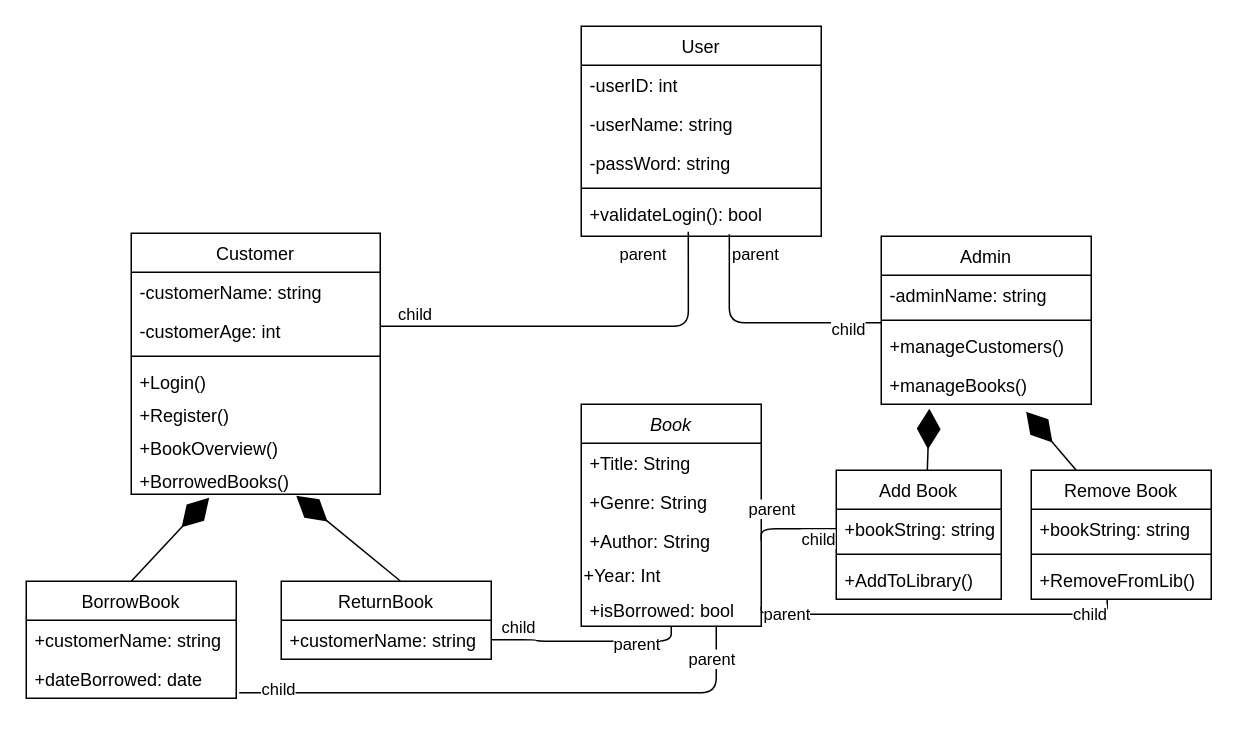
This is Untitled Diagram.drawio from Mim1c/The-Repository, a draw.io file, before an edit. Source tidied: cells renumbered, new cells numbered last; positions are measured from the earlier drawing's top-left corner, leaving out a move shared by most shapes. Both pictures are drawn from the tidied source at 150%, with x=0, y=0 at pixel (26, 26).
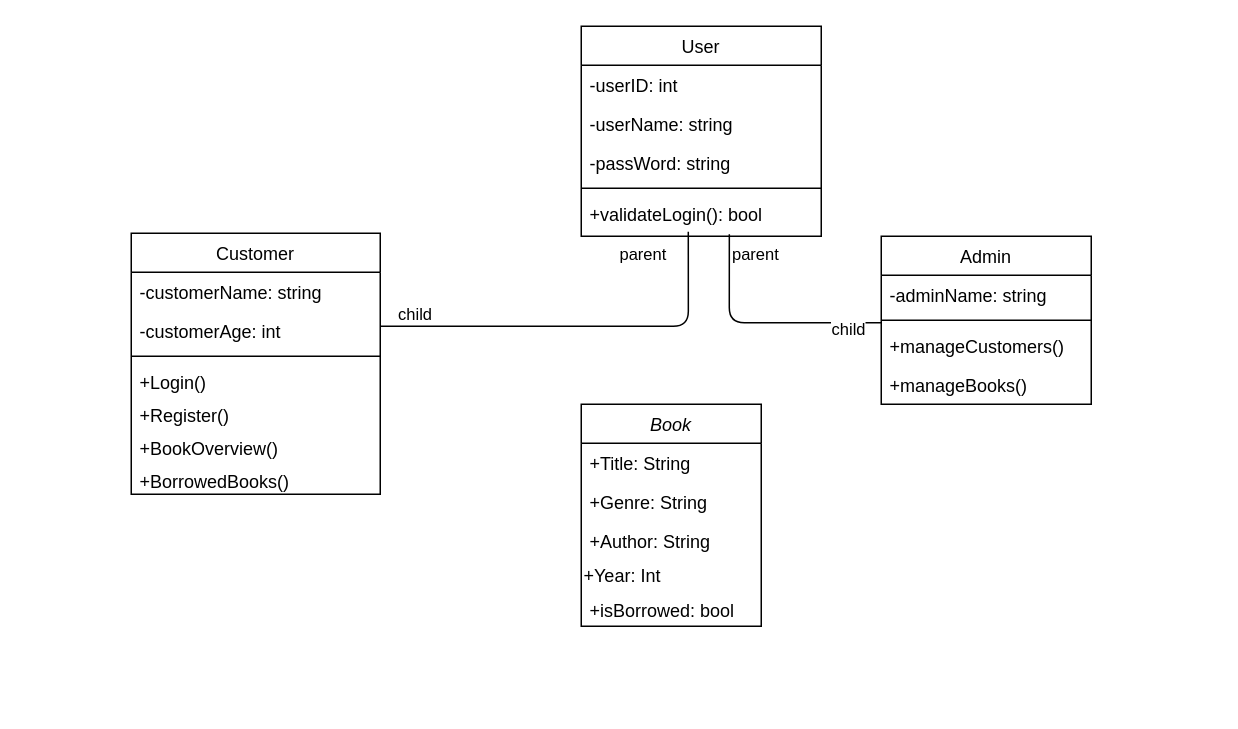
The same page after the edit.

Unchanged cells that the change refers to:
```xml
<mxCell id="2" value="Book" style="swimlane;fontStyle=2;align=center;verticalAlign=top;horizontal=1;startSize=26;rounded=0;shadow=0;strokeWidth=1;" parent="1" vertex="1">
  <mxGeometry x="370" y="252" width="120" height="148" as="geometry" />
</mxCell>
<mxCell id="5" value="+Author: String" style="text;align=left;verticalAlign=top;spacingLeft=4;spacingRight=4;overflow=hidden;points=[[0,0.5],[1,0.5]];portConstraint=eastwest;rounded=0;shadow=0;html=0;" parent="2" vertex="1">
  <mxGeometry y="78" width="120" height="26" as="geometry" />
</mxCell>
<mxCell id="7" value="+isBorrowed: bool" style="text;strokeColor=none;fillColor=none;align=left;verticalAlign=top;spacingLeft=4;spacingRight=4;overflow=hidden;points=[[0,0.5],[1,0.5]];portConstraint=eastwest;" parent="2" vertex="1">
  <mxGeometry y="124" width="120" height="22" as="geometry" />
</mxCell>
<mxCell id="21" value="+BorrowedBooks()" style="text;strokeColor=none;fillColor=none;align=left;verticalAlign=top;spacingLeft=4;spacingRight=4;overflow=hidden;points=[[0,0.5],[1,0.5]];portConstraint=eastwest;" parent="14" vertex="1">
  <mxGeometry y="152" width="166" height="22" as="geometry" />
</mxCell>
<mxCell id="29" value="+manageBooks()" style="text;strokeColor=none;fillColor=none;align=left;verticalAlign=top;spacingLeft=4;spacingRight=4;overflow=hidden;points=[[0,0.5],[1,0.5]];portConstraint=eastwest;" parent="25" vertex="1">
  <mxGeometry y="86" width="140" height="26" as="geometry" />
</mxCell>
```

The edit, as a diff of the source:
```diff
@@
-    <mxCell id="33" value="BorrowBook" style="swimlane;fontStyle=0;horizontal=1;startSize=26;fillColor=none;align=center;html=0;" parent="1" vertex="1">
-      <mxGeometry y="370" width="140" height="78" as="geometry" />
-    </mxCell>
-    <mxCell id="34" value="+customerName: string" style="text;strokeColor=none;fillColor=none;align=left;verticalAlign=top;spacingLeft=4;spacingRight=4;overflow=hidden;" parent="33" vertex="1">
-      <mxGeometry y="26" width="140" height="26" as="geometry" />
-    </mxCell>
-    <mxCell id="35" value="+dateBorrowed: date" style="text;strokeColor=none;fillColor=none;align=left;verticalAlign=top;spacingLeft=4;spacingRight=4;overflow=hidden;points=[[0,0.5],[1,0.5]];portConstraint=eastwest;" parent="33" vertex="1">
-      <mxGeometry y="52" width="140" height="26" as="geometry" />
-    </mxCell>
-    <mxCell id="36" value="ReturnBook" style="swimlane;fontStyle=0;horizontal=1;startSize=26;fillColor=none;align=center;html=0;" parent="1" vertex="1">
-      <mxGeometry x="170" y="370" width="140" height="52" as="geometry" />
-    </mxCell>
-    <mxCell id="37" value="+customerName: string" style="text;strokeColor=none;fillColor=none;align=left;verticalAlign=top;spacingLeft=4;spacingRight=4;overflow=hidden;points=[[0,0.5],[1,0.5]];portConstraint=eastwest;" parent="36" vertex="1">
-      <mxGeometry y="26" width="140" height="26" as="geometry" />
-    </mxCell>
-    <mxCell id="38" style="endArrow=diamondThin;endFill=1;endSize=24;html=1;exitX=0.5;exitY=0;exitDx=0;exitDy=0;entryX=0.313;entryY=1.106;entryDx=0;entryDy=0;entryPerimeter=0;" parent="1" edge="1" source="33" target="21">
-      <mxGeometry relative="1" as="geometry" />
-    </mxCell>
-    <mxCell id="39" style="endArrow=diamondThin;endFill=1;endSize=24;html=1;exitX=0.567;exitY=-0.003;exitDx=0;exitDy=0;exitPerimeter=0;" parent="1" edge="1" source="36">
-      <mxGeometry relative="1" as="geometry">
-        <mxPoint x="180" y="313" as="targetPoint" />
-      </mxGeometry>
-    </mxCell>
-    <mxCell id="40" style="endArrow=none;html=1;edgeStyle=orthogonalEdgeStyle;exitX=0.5;exitY=1;exitDx=0;exitDy=0;entryX=1;entryY=0.5;entryDx=0;entryDy=0;" parent="1" edge="1" source="2" target="37">
-      <mxGeometry relative="1" as="geometry" />
-    </mxCell>
-    <mxCell id="41" value="parent" style="edgeLabel;html=1;align=left;verticalAlign=bottom;" parent="40" vertex="1">
-      <mxGeometry x="-1" relative="1" as="geometry">
-        <mxPoint x="-40" y="20" as="offset" />
-      </mxGeometry>
-    </mxCell>
-    <mxCell id="42" value="child" style="edgeLabel;html=1;align=right;verticalAlign=bottom;" parent="40" vertex="1">
-      <mxGeometry x="1" relative="1" as="geometry">
-        <mxPoint x="30" as="offset" />
-      </mxGeometry>
-    </mxCell>
-    <mxCell id="43" style="endArrow=none;html=1;edgeStyle=orthogonalEdgeStyle;exitX=0.75;exitY=1;exitDx=0;exitDy=0;entryX=1.014;entryY=0.859;entryDx=0;entryDy=0;entryPerimeter=0;" parent="1" edge="1" source="2" target="35">
-      <mxGeometry relative="1" as="geometry" />
-    </mxCell>
-    <mxCell id="44" value="parent" style="edgeLabel;html=1;align=left;verticalAlign=bottom;" parent="43" vertex="1">
-      <mxGeometry x="-1" relative="1" as="geometry">
-        <mxPoint x="-20" y="30" as="offset" />
-      </mxGeometry>
-    </mxCell>
-    <mxCell id="45" value="child" style="edgeLabel;html=1;align=right;verticalAlign=bottom;" parent="43" vertex="1">
-      <mxGeometry x="1" relative="1" as="geometry">
-        <mxPoint x="37.7" y="5.7" as="offset" />
-      </mxGeometry>
-    </mxCell>
-    <mxCell id="46" value="Add Book" style="swimlane;fontStyle=0;horizontal=1;startSize=26;fillColor=none;align=center;html=0;" parent="1" vertex="1">
-      <mxGeometry x="540" y="296" width="110" height="86" as="geometry" />
-    </mxCell>
-    <mxCell id="47" value="+bookString: string" style="text;strokeColor=none;fillColor=none;align=left;verticalAlign=top;spacingLeft=4;spacingRight=4;overflow=hidden;points=[[0,0.5],[1,0.5]];portConstraint=eastwest;" parent="46" vertex="1">
-      <mxGeometry y="26" width="110" height="26" as="geometry" />
-    </mxCell>
-    <mxCell id="48" style="line;strokeWidth=1;fillColor=none;align=left;verticalAlign=middle;spacingTop=-1;spacingLeft=3;spacingRight=3;labelPosition=right;html=0;" parent="46" vertex="1">
-      <mxGeometry y="52" width="110" height="8" as="geometry" />
-    </mxCell>
-    <mxCell id="49" value="+AddToLibrary()" style="text;strokeColor=none;fillColor=none;align=left;verticalAlign=top;spacingLeft=4;spacingRight=4;overflow=hidden;" parent="46" vertex="1">
-      <mxGeometry y="60" width="110" height="26" as="geometry" />
-    </mxCell>
-    <mxCell id="50" style="endArrow=diamondThin;endFill=1;endSize=24;html=1;entryX=0.229;entryY=1.115;entryDx=0;entryDy=0;entryPerimeter=0;exitX=0.552;exitY=-0.003;exitDx=0;exitDy=0;exitPerimeter=0;" parent="1" edge="1" source="46" target="29">
-      <mxGeometry relative="1" as="geometry" />
-    </mxCell>
-    <mxCell id="51" value="Remove Book" style="swimlane;fontStyle=0;horizontal=1;startSize=26;fillColor=none;align=center;html=0;" parent="1" vertex="1">
-      <mxGeometry x="670" y="296" width="120" height="86" as="geometry" />
-    </mxCell>
-    <mxCell id="52" value="+bookString: string" style="text;strokeColor=none;fillColor=none;align=left;verticalAlign=top;spacingLeft=4;spacingRight=4;overflow=hidden;" parent="51" vertex="1">
-      <mxGeometry y="26" width="120" height="26" as="geometry" />
-    </mxCell>
-    <mxCell id="53" style="line;strokeWidth=1;fillColor=none;align=left;verticalAlign=middle;spacingTop=-1;spacingLeft=3;spacingRight=3;labelPosition=right;html=0;" parent="51" vertex="1">
-      <mxGeometry y="52" width="120" height="8" as="geometry" />
-    </mxCell>
-    <mxCell id="54" value="+RemoveFromLib()" style="text;strokeColor=none;fillColor=none;align=left;verticalAlign=top;spacingLeft=4;spacingRight=4;overflow=hidden;points=[[0,0.5],[1,0.5]];portConstraint=eastwest;" parent="51" vertex="1">
-      <mxGeometry y="60" width="120" height="26" as="geometry" />
-    </mxCell>
-    <mxCell id="55" style="endArrow=diamondThin;endFill=1;endSize=24;html=1;entryX=0.69;entryY=1.192;entryDx=0;entryDy=0;entryPerimeter=0;exitX=0.25;exitY=0;exitDx=0;exitDy=0;" parent="1" edge="1" source="51" target="29">
-      <mxGeometry relative="1" as="geometry" />
-    </mxCell>
-    <mxCell id="56" style="endArrow=none;html=1;edgeStyle=orthogonalEdgeStyle;exitX=1;exitY=0.5;exitDx=0;exitDy=0;entryX=0;entryY=0.5;entryDx=0;entryDy=0;" parent="1" edge="1" source="5" target="47">
-      <mxGeometry relative="1" as="geometry">
-        <Array as="points">
-          <mxPoint x="490" y="335" />
-        </Array>
-      </mxGeometry>
-    </mxCell>
-    <mxCell id="57" value="parent" style="edgeLabel;html=1;align=left;verticalAlign=bottom;" parent="56" vertex="1">
-      <mxGeometry x="-1" relative="1" as="geometry">
-        <mxPoint x="-10" y="-13" as="offset" />
-      </mxGeometry>
-    </mxCell>
-    <mxCell id="58" value="child" style="edgeLabel;html=1;align=right;verticalAlign=bottom;" parent="56" vertex="1">
-      <mxGeometry x="1" relative="1" as="geometry">
-        <mxPoint y="15" as="offset" />
-      </mxGeometry>
-    </mxCell>
-    <mxCell id="59" style="endArrow=none;html=1;edgeStyle=orthogonalEdgeStyle;entryX=0.422;entryY=1.013;entryDx=0;entryDy=0;entryPerimeter=0;exitX=1;exitY=0.5;exitDx=0;exitDy=0;" parent="1" edge="1" source="7" target="54">
-      <mxGeometry relative="1" as="geometry">
-        <Array as="points">
-          <mxPoint x="490" y="392" />
-          <mxPoint x="721" y="392" />
-        </Array>
-      </mxGeometry>
-    </mxCell>
-    <mxCell id="60" value="parent" style="edgeLabel;html=1;align=left;verticalAlign=bottom;" parent="59" vertex="1">
-      <mxGeometry x="-1" relative="1" as="geometry">
-        <mxPoint y="13" as="offset" />
-      </mxGeometry>
-    </mxCell>
-    <mxCell id="61" value="child" style="edgeLabel;html=1;align=right;verticalAlign=bottom;" parent="59" vertex="1">
-      <mxGeometry x="1" relative="1" as="geometry">
-        <mxPoint y="17.4" as="offset" />
-      </mxGeometry>
-    </mxCell>
```
